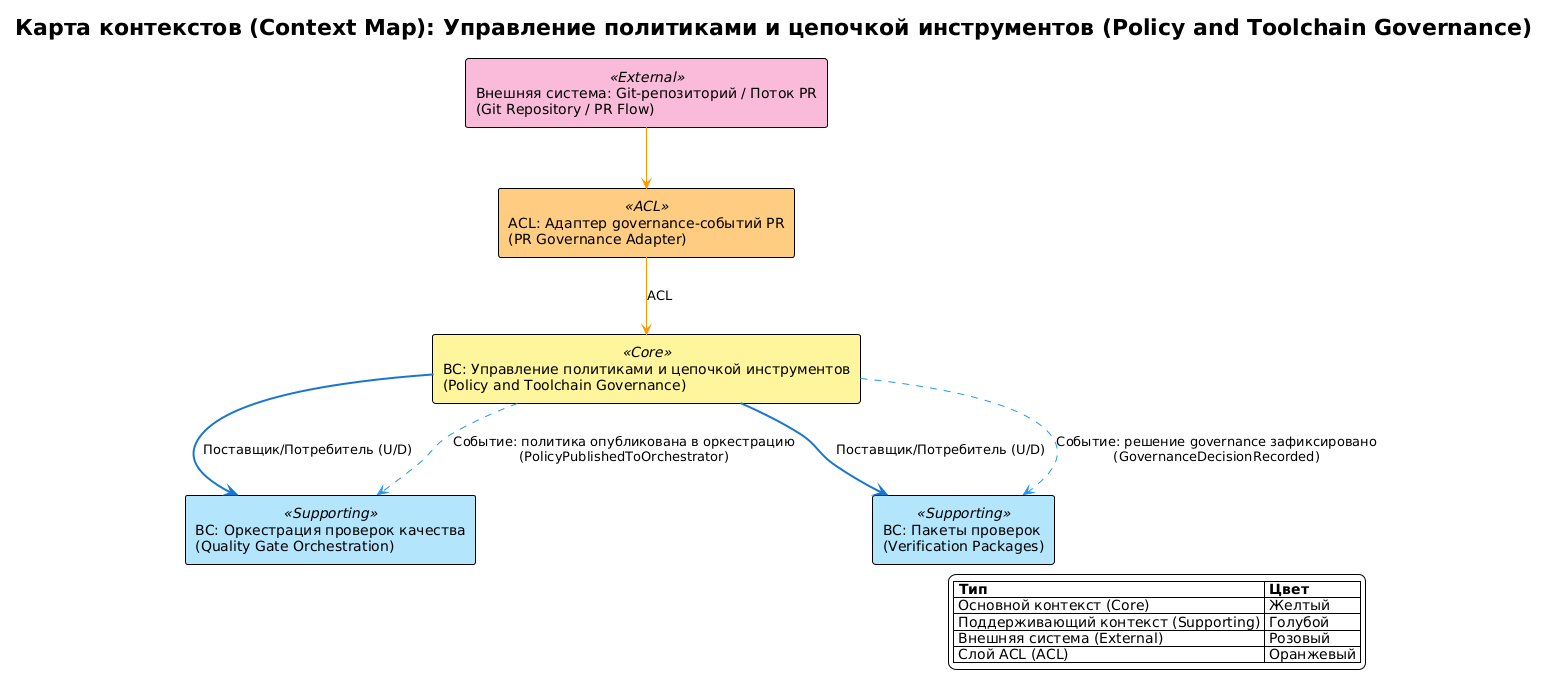
Above: docs/requirements/сценарии/policy-and-toolchain-governance/diagrams/context-map.png in Druk83/RRDCS (PlantUML), before the change. The source it was exported from:
```plantuml
@startuml ContextMap_policy-and-toolchain-governance
!theme plain
skinparam backgroundColor #FFFFFF
skinparam componentStyle rectangle
title Карта контекстов (Context Map): Управление политиками и цепочкой инструментов (Policy and Toolchain Governance)

skinparam component {
    BackgroundColor<<Core>> #FFF59D
    BackgroundColor<<Supporting>> #B3E5FC
    BackgroundColor<<External>> #F8BBD9
    BackgroundColor<<ACL>> #FFCC80
}

component "BC: Управление политиками и цепочкой инструментов\n(Policy and Toolchain Governance)" as GOV <<Core>>
component "BC: Оркестрация проверок качества\n(Quality Gate Orchestration)" as QGO <<Supporting>>
component "BC: Пакеты проверок\n(Verification Packages)" as VP <<Supporting>>
component "Внешняя система: Git-репозиторий / Поток PR\n(Git Repository / PR Flow)" as PR <<External>>
component "ACL: Адаптер governance-событий PR\n(PR Governance Adapter)" as ACL1 <<ACL>>

PR -[#FF9800]-> ACL1
ACL1 -[#FF9800]-> GOV : ACL
GOV -[#1976D2,thickness=2]-> QGO : Поставщик/Потребитель (U/D)
GOV -[#1976D2,thickness=2]-> VP : Поставщик/Потребитель (U/D)
GOV .[#2196F3,dashed].> QGO : Событие: политика опубликована в оркестрацию\n(PolicyPublishedToOrchestrator)
GOV .[#2196F3,dashed].> VP : Событие: решение governance зафиксировано\n(GovernanceDecisionRecorded)

legend right
|= Тип |= Цвет |
| Основной контекст (Core) | Желтый |
| Поддерживающий контекст (Supporting) | Голубой |
| Внешняя система (External) | Розовый |
| Слой ACL (ACL) | Оранжевый |
endlegend

@enduml
```
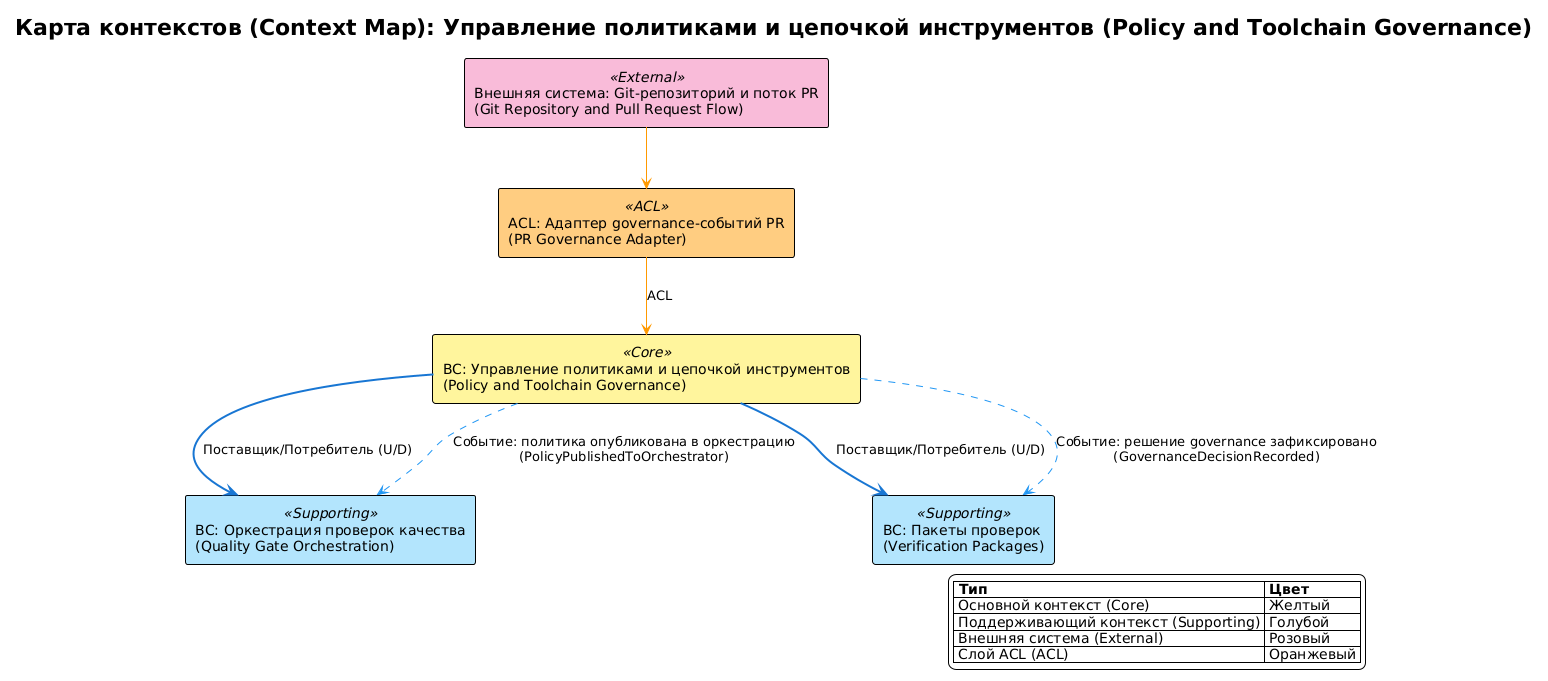
After the change.

What changed in the source:
```diff
@@ -14,7 +14,7 @@
 component "BC: Управление политиками и цепочкой инструментов\n(Policy and Toolchain Governance)" as GOV <<Core>>
 component "BC: Оркестрация проверок качества\n(Quality Gate Orchestration)" as QGO <<Supporting>>
 component "BC: Пакеты проверок\n(Verification Packages)" as VP <<Supporting>>
-component "Внешняя система: Git-репозиторий / Поток PR\n(Git Repository / PR Flow)" as PR <<External>>
+component "Внешняя система: Git-репозиторий и поток PR\n(Git Repository and Pull Request Flow)" as PR <<External>>
 component "ACL: Адаптер governance-событий PR\n(PR Governance Adapter)" as ACL1 <<ACL>>
 
 PR -[#FF9800]-> ACL1
```
